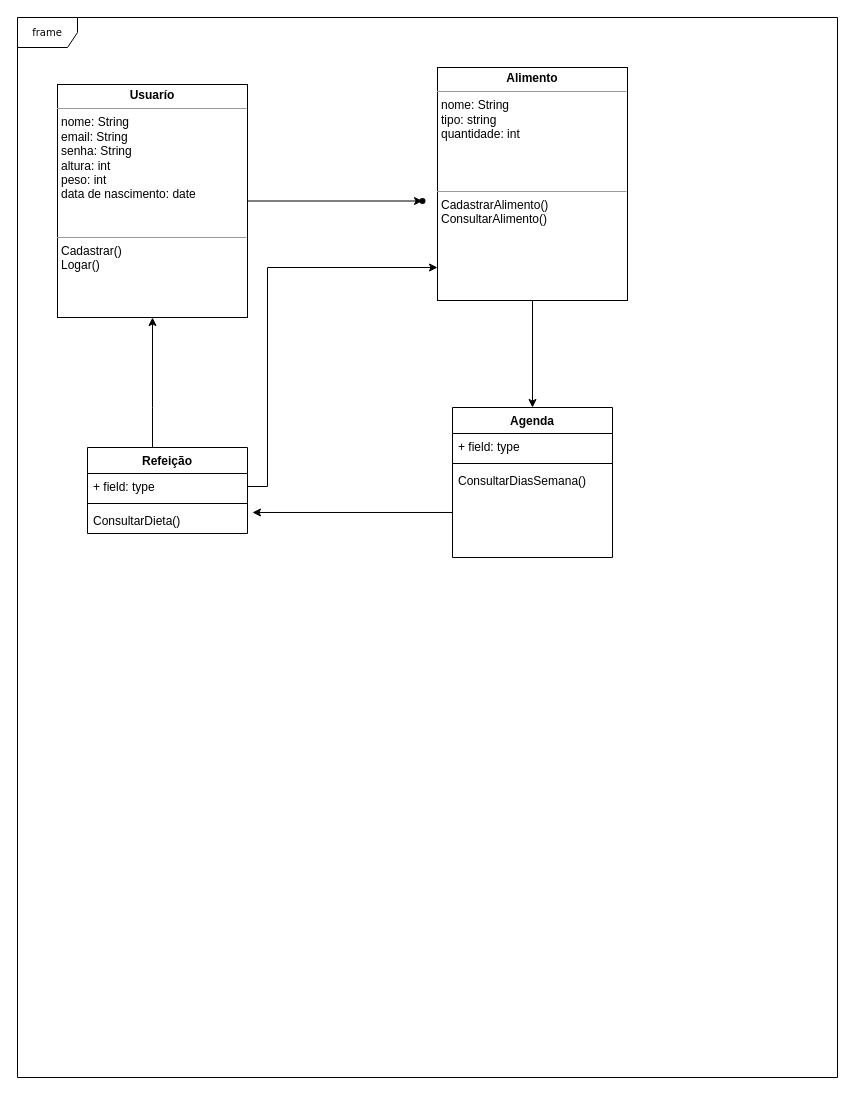
Before: Documentacao/Diagrama de Classe/Diagrama de Classes.drawio in FelipeRoriz0/MakeYourdiet, a draw.io diagram. Source tidied: cells renumbered, new cells numbered last; positions are measured from the earlier drawing's top-left corner, leaving out a move shared by most shapes. Both pictures are drawn from the tidied source at 100%, with x=0, y=0 at pixel (17, 17).
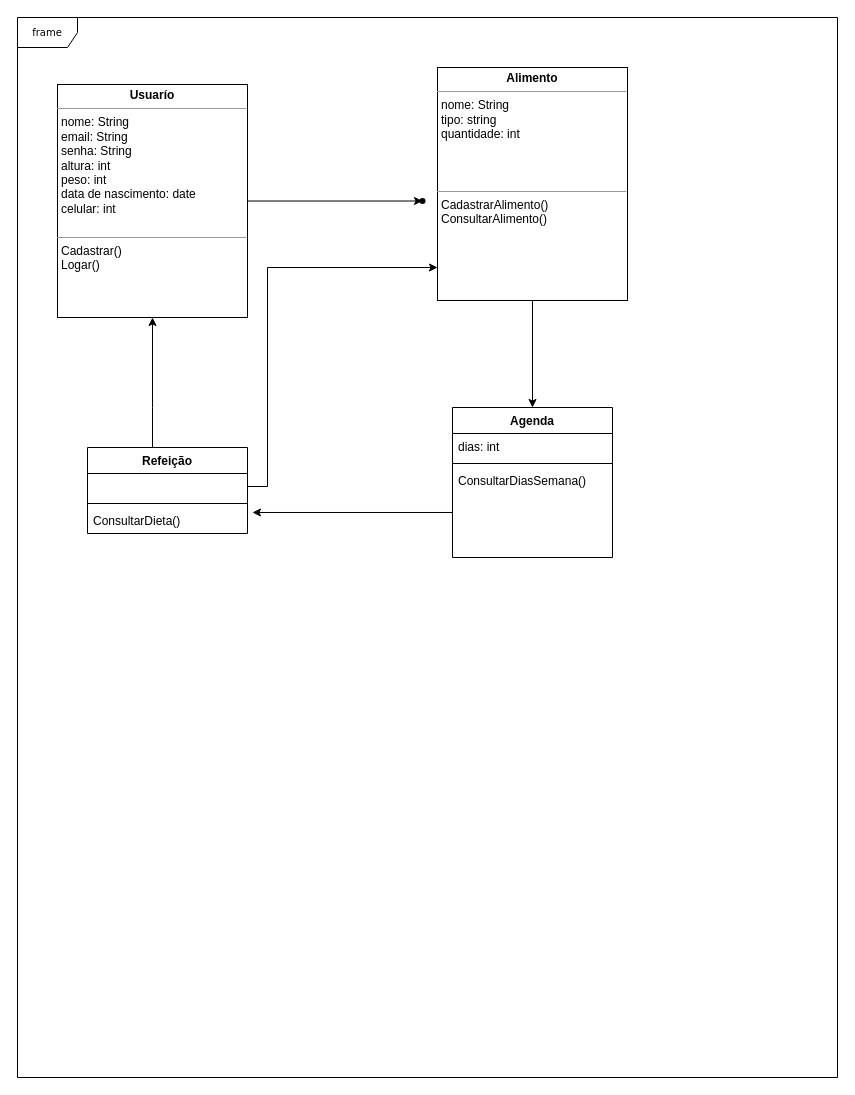
Above is the later version.

Commit message (it also covers changes not shown here):
Atualização do Diagrama de Classe

The change refers to these unchanged cells:
```xml
<mxCell id="8" value="Agenda" style="swimlane;fontStyle=1;align=center;verticalAlign=top;horizontal=1;startSize=26;" parent="1" vertex="1">
  <mxGeometry x="435" y="390" width="160" height="150" as="geometry" />
</mxCell>
<mxCell id="13" value="Refeição" style="swimlane;fontStyle=1;align=center;verticalAlign=top;horizontal=1;startSize=26;" parent="1" vertex="1">
  <mxGeometry x="70" y="430" width="160" height="86" as="geometry" />
</mxCell>
```

What changed in the source:
```diff
@@
-    <mxCell id="4" value="&lt;p style=&quot;margin:0px;margin-top:4px;text-align:center;&quot;&gt;&lt;b&gt;Usuarío&lt;/b&gt;&lt;/p&gt;&lt;hr size=&quot;1&quot;&gt;&lt;p style=&quot;margin:0px;margin-left:4px;&quot;&gt;nome: String&lt;/p&gt;&lt;p style=&quot;margin:0px;margin-left:4px;&quot;&gt;email: String&lt;/p&gt;&lt;p style=&quot;margin:0px;margin-left:4px;&quot;&gt;senha: String&lt;/p&gt;&lt;p style=&quot;margin:0px;margin-left:4px;&quot;&gt;altura: int&lt;/p&gt;&lt;p style=&quot;margin:0px;margin-left:4px;&quot;&gt;peso: int&lt;/p&gt;&lt;p style=&quot;margin:0px;margin-left:4px;&quot;&gt;data de nascimento: date&lt;/p&gt;&lt;p style=&quot;margin:0px;margin-left:4px;&quot;&gt;&lt;br&gt;&lt;/p&gt;&lt;p style=&quot;margin:0px;margin-left:4px;&quot;&gt;&lt;br&gt;&lt;/p&gt;&lt;hr size=&quot;1&quot;&gt;&lt;p style=&quot;margin:0px;margin-left:4px;&quot;&gt;Cadastrar()&lt;/p&gt;&lt;p style=&quot;margin:0px;margin-left:4px;&quot;&gt;Logar()&lt;/p&gt;&lt;p style=&quot;margin:0px;margin-left:4px;&quot;&gt;&lt;br&gt;&lt;/p&gt;&lt;p style=&quot;margin:0px;margin-left:4px;&quot;&gt;&lt;br&gt;&lt;/p&gt;" style="verticalAlign=top;align=left;overflow=fill;fontSize=12;fontFamily=Helvetica;html=1;rounded=0;shadow=0;comic=0;labelBackgroundColor=none;strokeWidth=1;" parent="1" vertex="1">
+    <mxCell id="4" value="&lt;p style=&quot;margin:0px;margin-top:4px;text-align:center;&quot;&gt;&lt;b&gt;Usuarío&lt;/b&gt;&lt;/p&gt;&lt;hr size=&quot;1&quot;&gt;&lt;p style=&quot;margin:0px;margin-left:4px;&quot;&gt;nome: String&lt;/p&gt;&lt;p style=&quot;margin:0px;margin-left:4px;&quot;&gt;email: String&lt;/p&gt;&lt;p style=&quot;margin:0px;margin-left:4px;&quot;&gt;senha: String&lt;/p&gt;&lt;p style=&quot;margin:0px;margin-left:4px;&quot;&gt;altura: int&lt;/p&gt;&lt;p style=&quot;margin:0px;margin-left:4px;&quot;&gt;peso: int&lt;/p&gt;&lt;p style=&quot;margin:0px;margin-left:4px;&quot;&gt;data de nascimento: date&lt;/p&gt;&lt;p style=&quot;margin:0px;margin-left:4px;&quot;&gt;celular: int&lt;/p&gt;&lt;p style=&quot;margin:0px;margin-left:4px;&quot;&gt;&lt;br&gt;&lt;/p&gt;&lt;hr size=&quot;1&quot;&gt;&lt;p style=&quot;margin:0px;margin-left:4px;&quot;&gt;Cadastrar()&lt;/p&gt;&lt;p style=&quot;margin:0px;margin-left:4px;&quot;&gt;Logar()&lt;/p&gt;&lt;p style=&quot;margin:0px;margin-left:4px;&quot;&gt;&lt;br&gt;&lt;/p&gt;&lt;p style=&quot;margin:0px;margin-left:4px;&quot;&gt;&lt;br&gt;&lt;/p&gt;" style="verticalAlign=top;align=left;overflow=fill;fontSize=12;fontFamily=Helvetica;html=1;rounded=0;shadow=0;comic=0;labelBackgroundColor=none;strokeWidth=1;" parent="1" vertex="1">
       <mxGeometry x="40" y="67" width="190" height="233" as="geometry" />
     </mxCell>
@@
-    <mxCell id="9" value="+ field: type" style="text;strokeColor=none;fillColor=none;align=left;verticalAlign=top;spacingLeft=4;spacingRight=4;overflow=hidden;" parent="8" vertex="1">
+    <mxCell id="9" value="dias: int" style="text;strokeColor=none;fillColor=none;align=left;verticalAlign=top;spacingLeft=4;spacingRight=4;overflow=hidden;" parent="8" vertex="1">
       <mxGeometry y="26" width="160" height="26" as="geometry" />
     </mxCell>
@@
-    <mxCell id="14" value="+ field: type" style="text;strokeColor=none;fillColor=none;align=left;verticalAlign=top;spacingLeft=4;spacingRight=4;overflow=hidden;points=[[0,0.5],[1,0.5]];portConstraint=eastwest;" parent="13" vertex="1">
+    <mxCell id="14" value="            " style="text;strokeColor=none;fillColor=none;align=left;verticalAlign=top;spacingLeft=4;spacingRight=4;overflow=hidden;points=[[0,0.5],[1,0.5]];portConstraint=eastwest;" parent="13" vertex="1">
       <mxGeometry y="26" width="160" height="26" as="geometry" />
     </mxCell>
```
